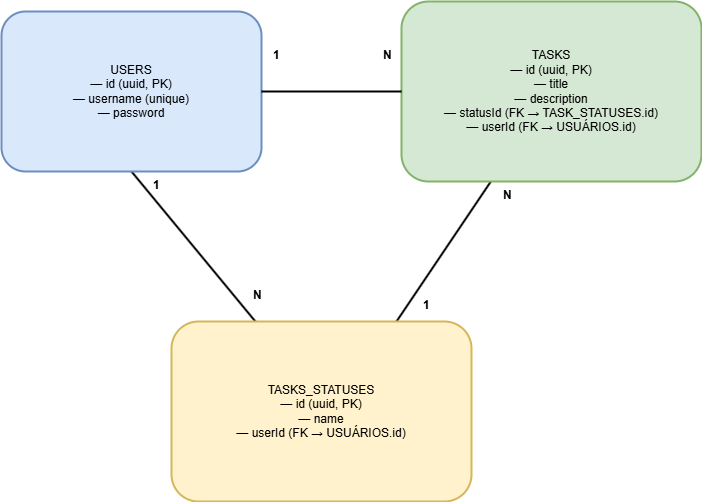
The draw.io diagram docs/system-design/erd-essential.png in OthavioH/secure_task_manager, before a commit. Source tidied: cells renumbered, new cells last; positions are measured from the earlier drawing's top-left corner, leaving out a move shared by most shapes. The source it was exported from:
```xml
<mxGraphModel>
  <root>
    <mxCell id="0" />
    <mxCell id="1" parent="0" />
    <mxCell id="2" style="edgeStyle=none;html=1;entryX=0.5;entryY=0;entryDx=0;entryDy=0;strokeColor=default;endArrow=none;endFill=0;strokeWidth=2;" parent="1" edge="1">
      <mxGeometry relative="1" as="geometry">
        <mxPoint x="130" y="170" as="sourcePoint" />
        <mxPoint x="253.9" y="320" as="targetPoint" />
      </mxGeometry>
    </mxCell>
    <mxCell id="3" value="USERS&lt;br&gt;— id (uuid, PK)&lt;br&gt;— username (unique)&lt;br&gt;— password" style="rounded=1;whiteSpace=wrap;html=1;strokeWidth=2;fillColor=#dae8fc;strokeColor=#6c8ebf;" parent="1" vertex="1">
      <mxGeometry y="10" width="260" height="160" as="geometry" />
    </mxCell>
    <mxCell id="4" style="edgeStyle=none;html=1;entryX=0.75;entryY=0;entryDx=0;entryDy=0;strokeWidth=2;endArrow=none;endFill=0;" parent="1" edge="1" source="5" target="9">
      <mxGeometry relative="1" as="geometry" />
    </mxCell>
    <mxCell id="5" value="TASKS&lt;br&gt;— id (uuid, PK)&lt;br&gt;— title&lt;div&gt;&lt;span style=&quot;color: rgb(0, 0, 0);&quot;&gt;— description&lt;/span&gt;&lt;font color=&quot;#000000&quot;&gt;&lt;br&gt;&lt;/font&gt;— statusId (FK&amp;nbsp;&lt;span style=&quot;color: rgb(0, 0, 0);&quot;&gt;→ TASK_STATUSES.id&lt;/span&gt;)&lt;div&gt;&lt;span style=&quot;color: rgb(0, 0, 0);&quot;&gt;— userId (FK → USUÁRIOS.id)&lt;/span&gt;&lt;br&gt;&lt;/div&gt;&lt;/div&gt;" style="rounded=1;whiteSpace=wrap;html=1;strokeWidth=2;fillColor=#d5e8d4;strokeColor=#82b366;" parent="1" vertex="1">
      <mxGeometry x="400" width="300" height="180" as="geometry" />
    </mxCell>
    <mxCell id="6" style="endArrow=none;strokeWidth=2;" parent="1" edge="1" source="3" target="5">
      <mxGeometry relative="1" as="geometry" />
    </mxCell>
    <mxCell id="7" value="1" style="text;html=1;strokeColor=none;fillColor=none;fontStyle=1;" parent="1" vertex="1">
      <mxGeometry x="270" y="40" width="20" height="20" as="geometry" />
    </mxCell>
    <mxCell id="8" value="N" style="text;html=1;strokeColor=none;fillColor=none;fontStyle=1;" parent="1" vertex="1">
      <mxGeometry x="380" y="40" width="20" height="20" as="geometry" />
    </mxCell>
    <mxCell id="9" value="TASKS_STATUSES&lt;br&gt;— id (uuid, PK)&lt;br&gt;— name&lt;div&gt;&lt;div&gt;&lt;span style=&quot;color: rgb(0, 0, 0);&quot;&gt;— userId (FK → USUÁRIOS.id)&lt;/span&gt;&lt;br&gt;&lt;/div&gt;&lt;/div&gt;" style="rounded=1;whiteSpace=wrap;html=1;strokeWidth=2;fillColor=#fff2cc;strokeColor=#d6b656;" parent="1" vertex="1">
      <mxGeometry x="170" y="320" width="300" height="180" as="geometry" />
    </mxCell>
    <mxCell id="10" value="1" style="text;html=1;strokeColor=none;fillColor=none;fontStyle=1;" parent="1" vertex="1">
      <mxGeometry x="150" y="170" width="20" height="20" as="geometry" />
    </mxCell>
    <mxCell id="11" value="N" style="text;html=1;strokeColor=none;fillColor=none;fontStyle=1;" parent="1" vertex="1">
      <mxGeometry x="250" y="280" width="20" height="20" as="geometry" />
    </mxCell>
    <mxCell id="12" value="N" style="text;html=1;strokeColor=none;fillColor=none;fontStyle=1;" parent="1" vertex="1">
      <mxGeometry x="500" y="180" width="20" height="20" as="geometry" />
    </mxCell>
    <mxCell id="13" value="1" style="text;html=1;strokeColor=none;fillColor=none;fontStyle=1;" parent="1" vertex="1">
      <mxGeometry x="420" y="290" width="20" height="20" as="geometry" />
    </mxCell>
  </root>
</mxGraphModel>
```
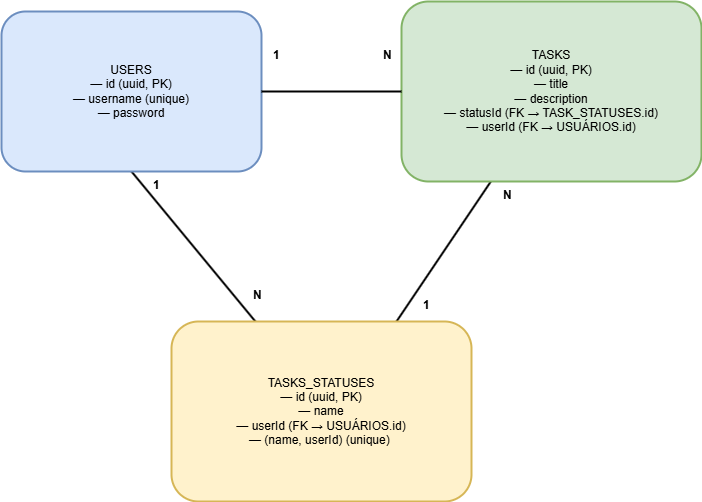
Later version of the same file.

Commit message:
:bug: fix: cannot add task status with the same name

Change to the diagram source:
```diff
@@ -26,7 +26,7 @@
     <mxCell id="8" value="N" style="text;html=1;strokeColor=none;fillColor=none;fontStyle=1;" parent="1" vertex="1">
       <mxGeometry x="380" y="40" width="20" height="20" as="geometry" />
     </mxCell>
-    <mxCell id="9" value="TASKS_STATUSES&lt;br&gt;— id (uuid, PK)&lt;br&gt;— name&lt;div&gt;&lt;div&gt;&lt;span style=&quot;color: rgb(0, 0, 0);&quot;&gt;— userId (FK → USUÁRIOS.id)&lt;/span&gt;&lt;br&gt;&lt;/div&gt;&lt;/div&gt;" style="rounded=1;whiteSpace=wrap;html=1;strokeWidth=2;fillColor=#fff2cc;strokeColor=#d6b656;" parent="1" vertex="1">
+    <mxCell id="9" value="TASKS_STATUSES&lt;br&gt;— id (uuid, PK)&lt;br&gt;— name&lt;div&gt;&lt;div&gt;&lt;span style=&quot;color: rgb(0, 0, 0);&quot;&gt;— userId (FK → USUÁRIOS.id)&lt;/span&gt;&lt;br&gt;&lt;/div&gt;&lt;/div&gt;&lt;div&gt;&lt;span style=&quot;color: rgb(0, 0, 0); background-color: transparent;&quot;&gt;— (name, userId) (unique)&lt;/span&gt;&amp;nbsp;&lt;/div&gt;" style="rounded=1;whiteSpace=wrap;html=1;strokeWidth=2;fillColor=#fff2cc;strokeColor=#d6b656;" parent="1" vertex="1">
       <mxGeometry x="170" y="320" width="300" height="180" as="geometry" />
     </mxCell>
     <mxCell id="10" value="1" style="text;html=1;strokeColor=none;fillColor=none;fontStyle=1;" parent="1" vertex="1">
```
